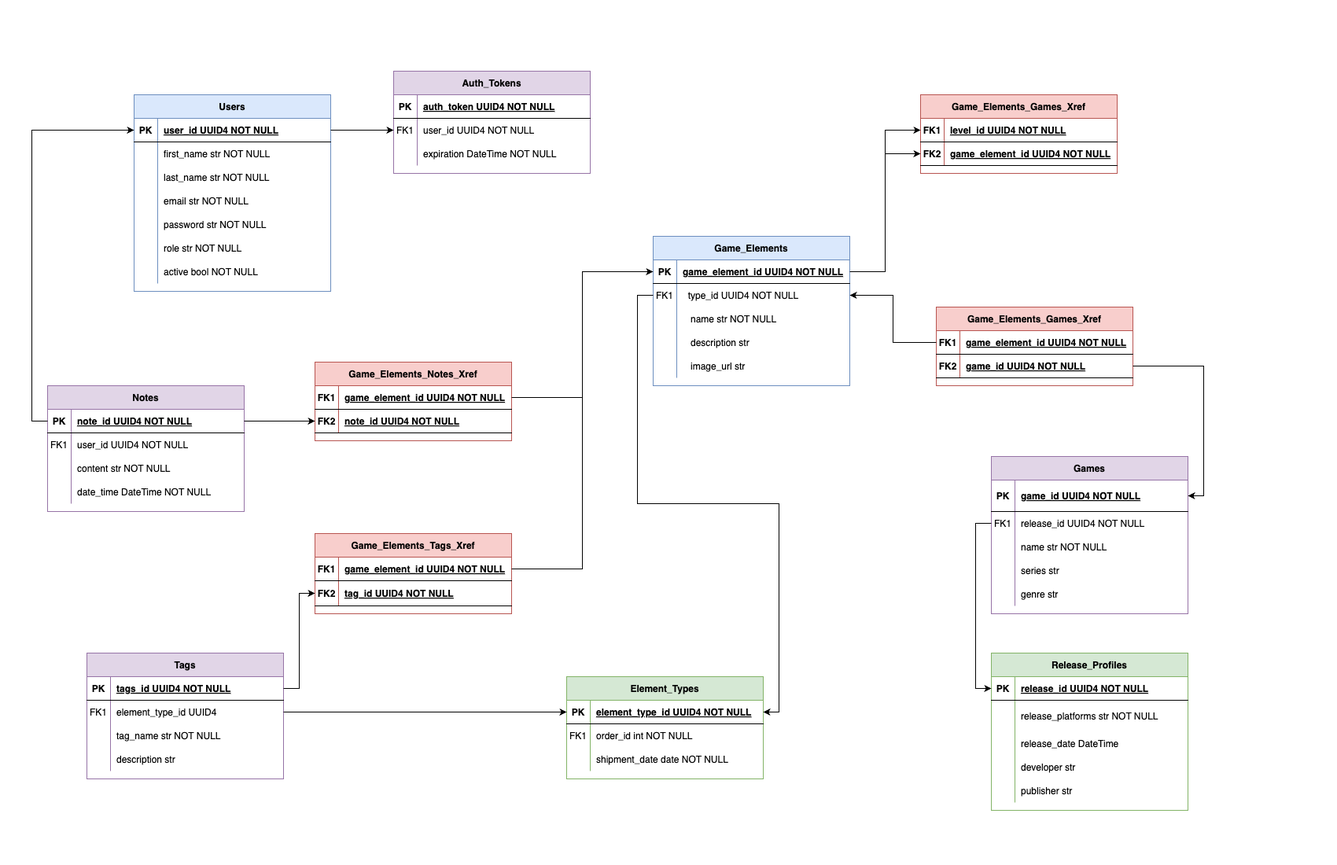
Mark-David-Hill/gd-notepad-be keeps this draw.io diagram as gd-notepad-erd.png. Above is the earlier version. Source tidied: cells renumbered, new cells last; positions are measured from the earlier drawing's top-left corner, leaving out a move shared by most shapes.
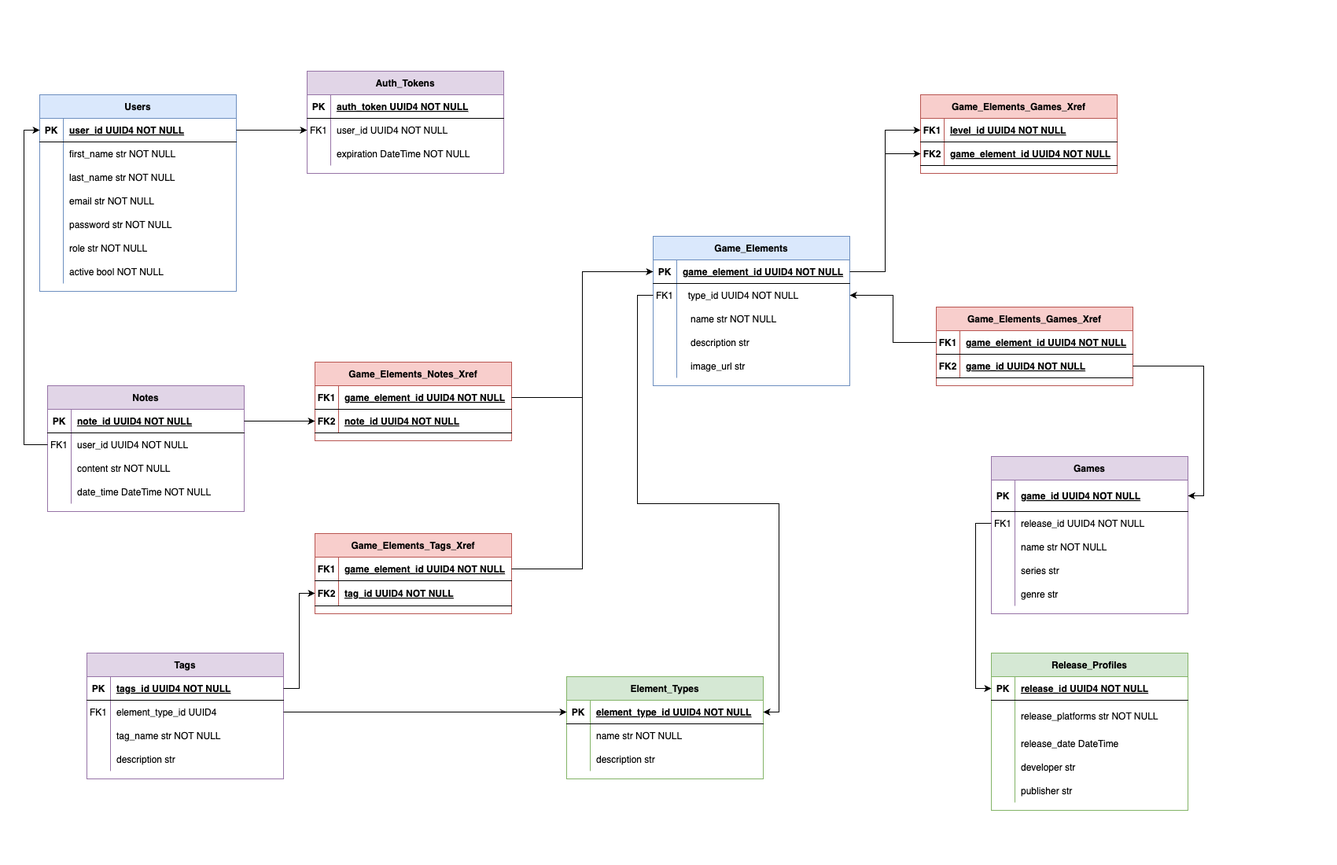
The same diagram one commit later.

Change to the diagram source:
```diff
@@ -17,10 +17,10 @@
     <mxCell id="6" style="shape=partialRectangle;fillColor=none;top=0;left=0;right=0;bottom=0;" parent="2" vertex="1">
       <mxGeometry y="60" width="250" height="30" as="geometry" />
     </mxCell>
-    <mxCell id="7" value="FK1" style="shape=partialRectangle;overflow=hidden;fillColor=none;top=0;left=0;bottom=0;right=0;" parent="6" vertex="1">
+    <mxCell id="7" style="shape=partialRectangle;overflow=hidden;fillColor=none;top=0;left=0;bottom=0;right=0;" parent="6" vertex="1">
       <mxGeometry width="30" height="30" as="geometry" />
     </mxCell>
-    <mxCell id="8" value="order_id int NOT NULL" style="shape=partialRectangle;overflow=hidden;fillColor=none;top=0;left=0;bottom=0;right=0;align=left;spacingLeft=6;" parent="6" vertex="1">
+    <mxCell id="8" value="name str NOT NULL" style="shape=partialRectangle;overflow=hidden;fillColor=none;top=0;left=0;bottom=0;right=0;align=left;spacingLeft=6;" parent="6" vertex="1">
       <mxGeometry x="30" width="220" height="30" as="geometry" />
     </mxCell>
     <mxCell id="9" style="shape=partialRectangle;fillColor=none;top=0;left=0;right=0;bottom=0;" parent="2" vertex="1">
@@ -29,7 +29,7 @@
     <mxCell id="10" style="shape=partialRectangle;overflow=hidden;fillColor=none;top=0;left=0;bottom=0;right=0;" parent="9" vertex="1">
       <mxGeometry width="30" height="30" as="geometry" />
     </mxCell>
-    <mxCell id="11" value="shipment_date date NOT NULL" style="shape=partialRectangle;overflow=hidden;fillColor=none;top=0;left=0;bottom=0;right=0;align=left;spacingLeft=6;" parent="9" vertex="1">
+    <mxCell id="11" value="description str" style="shape=partialRectangle;overflow=hidden;fillColor=none;top=0;left=0;bottom=0;right=0;align=left;spacingLeft=6;" parent="9" vertex="1">
       <mxGeometry x="30" width="220" height="30" as="geometry" />
     </mxCell>
     <mxCell id="12" value="Game_Elements" style="shape=table;startSize=30;rowLines=0;fontStyle=1;align=center;fillColor=#dae8fc;strokeColor=#6c8ebf;" parent="1" vertex="1">
@@ -156,7 +156,7 @@
       <mxGeometry relative="1" as="geometry" />
     </mxCell>
     <mxCell id="53" value="Users" style="shape=table;startSize=30;rowLines=0;fontStyle=1;align=center;fillColor=#dae8fc;strokeColor=#6c8ebf;" parent="1" vertex="1">
-      <mxGeometry x="110" y="30" width="250" height="250" as="geometry" />
+      <mxGeometry x="-10" y="30" width="250" height="250" as="geometry" />
     </mxCell>
     <mxCell id="54" style="shape=partialRectangle;fillColor=none;points=[[0,0.5],[1,0.5]];portConstraint=eastwest;top=0;left=0;right=0;bottom=1;" parent="53" vertex="1">
       <mxGeometry y="30" width="250" height="30" as="geometry" />
@@ -357,7 +357,7 @@
       <mxGeometry relative="1" as="geometry" />
     </mxCell>
     <mxCell id="120" value="Auth_Tokens" style="shape=table;startSize=30;rowLines=0;fontStyle=1;align=center;fillColor=#e1d5e7;strokeColor=#9673a6;" parent="1" vertex="1">
-      <mxGeometry x="440" width="250" height="130" as="geometry" />
+      <mxGeometry x="330" width="250" height="130" as="geometry" />
     </mxCell>
     <mxCell id="121" style="shape=partialRectangle;fillColor=none;top=0;left=0;right=0;bottom=1;" parent="120" vertex="1">
       <mxGeometry y="30" width="250" height="30" as="geometry" />
@@ -389,9 +389,6 @@
     <mxCell id="130" style="edgeStyle=orthogonalEdgeStyle;rounded=0;jettySize=auto;html=1;" parent="1" edge="1" source="54" target="124">
       <mxGeometry relative="1" as="geometry" />
     </mxCell>
-    <mxCell id="131" style="edgeStyle=orthogonalEdgeStyle;rounded=0;jettySize=auto;html=1;exitX=0;exitY=0.5;exitDx=0;exitDy=0;entryX=0;entryY=0.5;entryDx=0;entryDy=0;" parent="1" edge="1" source="98" target="54">
-      <mxGeometry relative="1" as="geometry" />
-    </mxCell>
     <mxCell id="132" value="Game_Elements_Games_Xref" style="shape=table;startSize=30;rowLines=0;fontStyle=1;align=center;fillColor=#f8cecc;strokeColor=#b85450;" parent="1" vertex="1">
       <mxGeometry x="1110" y="30" width="250" height="100" as="geometry" />
     </mxCell>
@@ -473,5 +470,8 @@
     <mxCell id="158" style="edgeStyle=orthogonalEdgeStyle;rounded=0;jettySize=auto;html=1;exitX=0;exitY=0.5;exitDx=0;exitDy=0;entryX=0;entryY=0.5;entryDx=0;entryDy=0;" parent="1" edge="1" source="33" target="142">
       <mxGeometry relative="1" as="geometry" />
     </mxCell>
+    <mxCell id="159" style="edgeStyle=orthogonalEdgeStyle;rounded=0;jettySize=auto;html=1;entryX=0;entryY=0.5;entryDx=0;entryDy=0;" parent="1" edge="1" source="101" target="54">
+      <mxGeometry relative="1" as="geometry" />
+    </mxCell>
   </root>
 </mxGraphModel>
```
